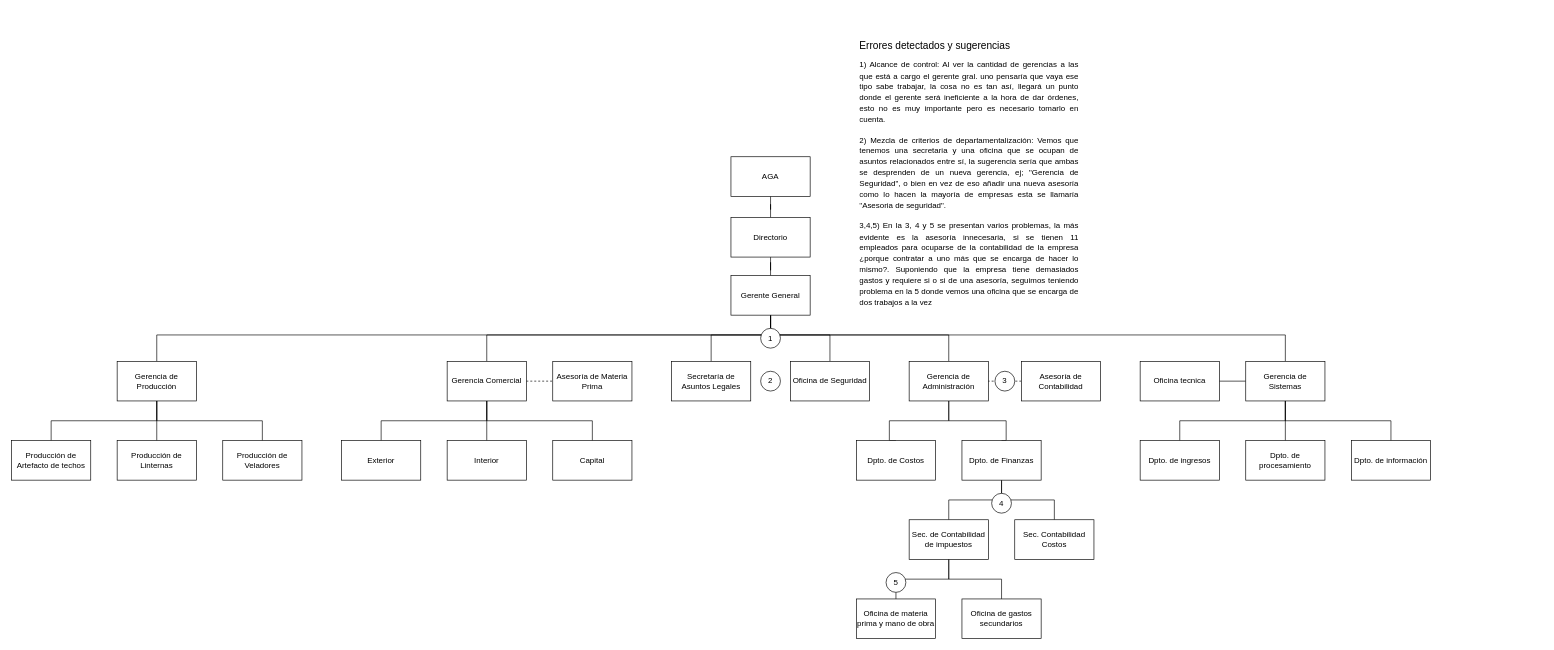
The draw.io diagram SyO-Iluminati.drawio in leonefrain86/SyO, before the edit. Source tidied: cells renumbered, new cells numbered last; positions are measured from the earlier drawing's top-left corner, leaving out a move shared by most shapes. Both pictures are drawn from the tidied source at 66%, with x=0, y=0 at pixel (11, 18).
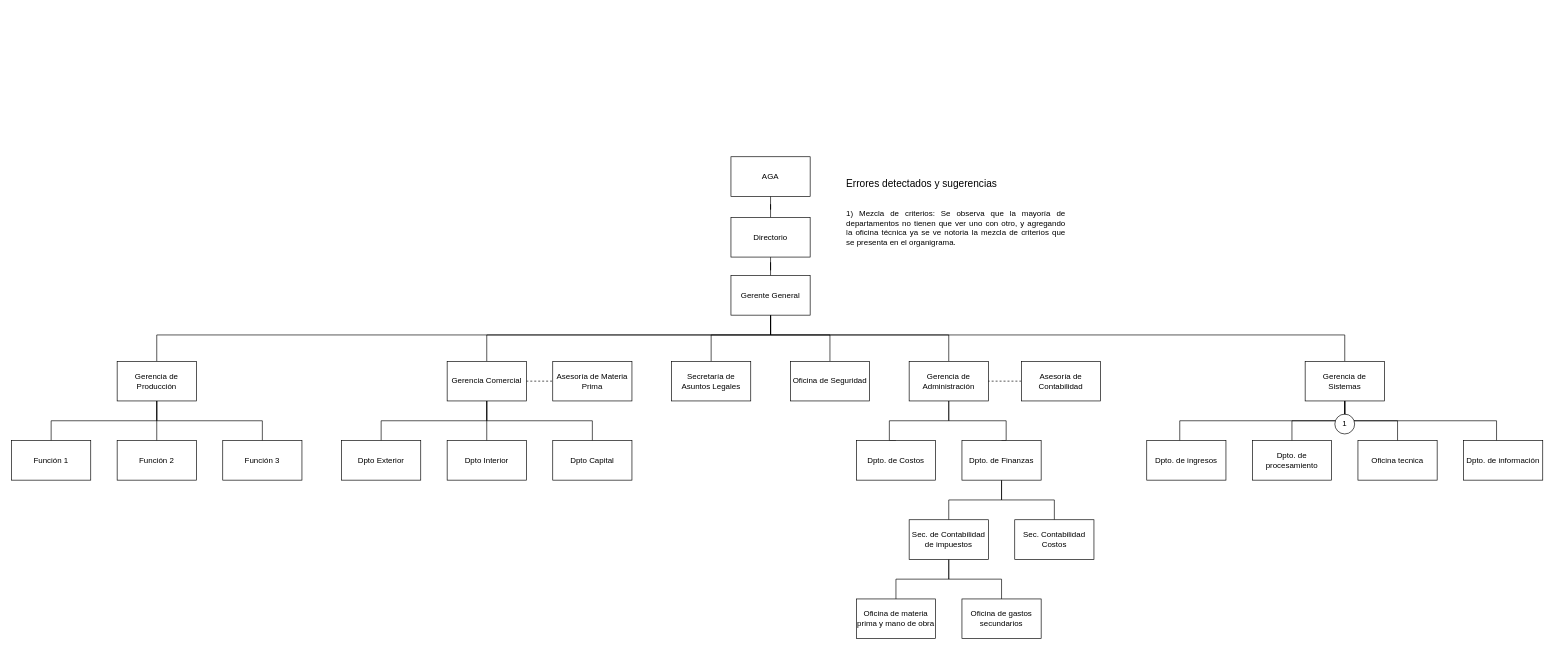
Above is the later version.

The change refers to these unchanged cells:
```xml
<mxCell id="12" value="Gerente General" style="whiteSpace=wrap;html=1;rounded=0;" parent="1" vertex="1">
  <mxGeometry x="1090" y="390" width="120" height="60" as="geometry" />
</mxCell>
<mxCell id="42" value="Sec. de Contabilidad de impuestos" style="whiteSpace=wrap;html=1;rounded=0;" parent="1" vertex="1">
  <mxGeometry x="1360" y="760" width="120" height="60" as="geometry" />
</mxCell>
<mxCell id="44" value="Oficina de materia prima y mano de obra" style="whiteSpace=wrap;html=1;rounded=0;" parent="1" vertex="1">
  <mxGeometry x="1280" y="880" width="120" height="60" as="geometry" />
</mxCell>
```

The edit, as a diff of the source:
```diff
@@
     <mxCell id="8" style="edgeStyle=orthogonalEdgeStyle;rounded=0;jettySize=auto;html=1;endArrow=none;endFill=0;" parent="1" edge="1" source="12" target="28">
       <mxGeometry relative="1" as="geometry">
         <Array as="points">
           <mxPoint x="1150" y="480" />
-          <mxPoint x="1930" y="480" />
+          <mxPoint x="2020" y="480" />
         </Array>
       </mxGeometry>
     </mxCell>
@@
-    <mxCell id="25" style="edgeStyle=orthogonalEdgeStyle;rounded=0;jettySize=auto;html=1;endArrow=none;endFill=0;" parent="1" edge="1" source="28" target="31">
-      <mxGeometry relative="1" as="geometry">
-        <Array as="points">
-          <mxPoint x="1930" y="610" />
-          <mxPoint x="1770" y="610" />
-        </Array>
-      </mxGeometry>
-    </mxCell>
@@
+    <mxCell id="25" style="edgeStyle=orthogonalEdgeStyle;rounded=0;jettySize=auto;html=1;endArrow=none;endFill=0;" parent="1" edge="1" source="28" target="31">
+      <mxGeometry relative="1" as="geometry">
+        <Array as="points">
+          <mxPoint x="2020" y="610" />
+          <mxPoint x="1770" y="610" />
+        </Array>
+      </mxGeometry>
+    </mxCell>
     <mxCell id="28" value="Gerencia de Sistemas" style="rounded=0;whiteSpace=wrap;html=1;" parent="1" vertex="1">
-      <mxGeometry x="1870" y="520" width="120" height="60" as="geometry" />
+      <mxGeometry x="1960" y="520" width="120" height="60" as="geometry" />
     </mxCell>
@@
     <mxCell id="31" value="Dpto. de ingresos" style="whiteSpace=wrap;html=1;rounded=0;" parent="1" vertex="1">
-      <mxGeometry x="1710" y="640" width="120" height="60" as="geometry" />
+      <mxGeometry x="1720" y="640" width="120" height="60" as="geometry" />
     </mxCell>
     <mxCell id="32" value="Dpto. de procesamiento" style="rounded=0;whiteSpace=wrap;html=1;" parent="1" vertex="1">
-      <mxGeometry x="1870" y="640" width="120" height="60" as="geometry" />
+      <mxGeometry x="1880" y="640" width="120" height="60" as="geometry" />
     </mxCell>
     <mxCell id="33" style="edgeStyle=orthogonalEdgeStyle;rounded=0;jettySize=auto;html=1;entryX=0.5;entryY=1;entryDx=0;entryDy=0;endArrow=none;endFill=0;" parent="1" edge="1" source="34" target="28">
       <mxGeometry relative="1" as="geometry">
         <Array as="points">
-          <mxPoint x="2090" y="610" />
-          <mxPoint x="1930" y="610" />
+          <mxPoint x="2250" y="610" />
+          <mxPoint x="2020" y="610" />
         </Array>
       </mxGeometry>
     </mxCell>
     <mxCell id="34" value="Dpto. de información" style="rounded=0;whiteSpace=wrap;html=1;" parent="1" vertex="1">
-      <mxGeometry x="2030" y="640" width="120" height="60" as="geometry" />
+      <mxGeometry x="2200" y="640" width="120" height="60" as="geometry" />
     </mxCell>
     <mxCell id="35" value="Oficina tecnica" style="whiteSpace=wrap;html=1;rounded=0;" parent="1" vertex="1">
-      <mxGeometry x="1710" y="520" width="120" height="60" as="geometry" />
+      <mxGeometry x="2040" y="640" width="120" height="60" as="geometry" />
     </mxCell>
@@
-    <mxCell id="40" style="edgeStyle=orthogonalEdgeStyle;rounded=0;jettySize=auto;html=1;endArrow=none;endFill=0;" parent="1" edge="1" source="60" target="44">
-      <mxGeometry relative="1" as="geometry">
-        <Array as="points">
-          <mxPoint x="1340" y="850" />
-        </Array>
-      </mxGeometry>
-    </mxCell>
@@
+    <mxCell id="63" style="edgeStyle=orthogonalEdgeStyle;rounded=0;jettySize=auto;html=1;endArrow=none;endFill=0;" parent="1" edge="1" source="42" target="44">
+      <mxGeometry relative="1" as="geometry" />
+    </mxCell>
@@
-    <mxCell id="46" value="Capital" style="whiteSpace=wrap;html=1;rounded=0;" parent="1" vertex="1">
+    <mxCell id="46" value="Dpto Capital" style="whiteSpace=wrap;html=1;rounded=0;" parent="1" vertex="1">
       <mxGeometry x="820" y="640" width="120" height="60" as="geometry" />
     </mxCell>
-    <mxCell id="47" value="Exterior" style="rounded=0;whiteSpace=wrap;html=1;" parent="1" vertex="1">
+    <mxCell id="47" value="Dpto Exterior" style="rounded=0;whiteSpace=wrap;html=1;" parent="1" vertex="1">
       <mxGeometry x="500" y="640" width="120" height="60" as="geometry" />
     </mxCell>
-    <mxCell id="48" value="Interior" style="rounded=0;whiteSpace=wrap;html=1;" parent="1" vertex="1">
+    <mxCell id="48" value="Dpto Interior" style="rounded=0;whiteSpace=wrap;html=1;" parent="1" vertex="1">
       <mxGeometry x="660" y="640" width="120" height="60" as="geometry" />
     </mxCell>
-    <mxCell id="49" value="Producción de Linternas" style="whiteSpace=wrap;html=1;rounded=0;" parent="1" vertex="1">
+    <mxCell id="49" value="Función 2" style="whiteSpace=wrap;html=1;rounded=0;" parent="1" vertex="1">
       <mxGeometry x="160" y="640" width="120" height="60" as="geometry" />
     </mxCell>
-    <mxCell id="50" value="Producción de Artefacto de techos" style="rounded=0;whiteSpace=wrap;html=1;" parent="1" vertex="1">
+    <mxCell id="50" value="Función 1" style="rounded=0;whiteSpace=wrap;html=1;" parent="1" vertex="1">
       <mxGeometry y="640" width="120" height="60" as="geometry" />
     </mxCell>
-    <mxCell id="51" value="Producción de Veladores" style="rounded=0;whiteSpace=wrap;html=1;" parent="1" vertex="1">
+    <mxCell id="51" value="Función 3" style="rounded=0;whiteSpace=wrap;html=1;" parent="1" vertex="1">
       <mxGeometry x="320" y="640" width="120" height="60" as="geometry" />
     </mxCell>
@@
-    <mxCell id="56" value="2" style="ellipse;whiteSpace=wrap;html=1;" parent="1" vertex="1">
-      <mxGeometry x="1135" y="535" width="30" height="30" as="geometry" />
-    </mxCell>
+    <mxCell id="62" value="&lt;h1&gt;&lt;/h1&gt;&lt;span id=&quot;docs-internal-guid-3b07e593-7fff-fd05-10c5-be9083cdeb51&quot;&gt;&lt;h1 dir=&quot;ltr&quot; style=&quot;text-align: justify ; line-height: 1.38 ; margin-top: 24pt ; margin-bottom: 0pt ; padding: 0pt 0pt 6pt&quot;&gt;&lt;span style=&quot;font-size: 11.5pt ; font-family: &amp;#34;arial&amp;#34; ; background-color: transparent ; font-weight: 400 ; vertical-align: baseline&quot;&gt;Errores detectados y sugerencias&lt;/span&gt;&lt;/h1&gt;&lt;p dir=&quot;ltr&quot; style=&quot;text-align: justify ; line-height: 1.38 ; margin-top: 0pt ; margin-bottom: 0pt&quot;&gt;&lt;br&gt;&lt;/p&gt;&lt;div style=&quot;text-align: justify&quot;&gt;&lt;font style=&quot;font-family: &amp;#34;arial&amp;#34; ; font-size: 9pt ; vertical-align: inherit&quot;&gt;1) Mezcla de criterios: Se observa que la mayoría de departamentos no tienen que ver uno con otro, y agregando la oficina técnica ya se ve notoria la mezcla de criterios que se presenta en el organigrama.&amp;nbsp;&lt;/font&gt;&lt;/div&gt;&lt;/span&gt;" style="text;html=1;strokeColor=none;fillColor=none;spacing=5;spacingTop=-20;whiteSpace=wrap;overflow=hidden;rounded=0;" parent="1" vertex="1">
+      <mxGeometry x="1260" y="210" width="340" height="170" as="geometry" />
+    </mxCell>
     <mxCell id="57" value="1" style="ellipse;whiteSpace=wrap;html=1;" parent="1" vertex="1">
-      <mxGeometry x="1135" y="470" width="30" height="30" as="geometry" />
+      <mxGeometry x="2005" y="600" width="30" height="30" as="geometry" />
     </mxCell>
-    <mxCell id="58" value="4" style="ellipse;whiteSpace=wrap;html=1;" parent="1" vertex="1">
-      <mxGeometry x="1485" y="720" width="30" height="30" as="geometry" />
-    </mxCell>
-    <mxCell id="59" value="3" style="ellipse;whiteSpace=wrap;html=1;" parent="1" vertex="1">
-      <mxGeometry x="1490" y="535" width="30" height="30" as="geometry" />
-    </mxCell>
-    <mxCell id="60" value="5" style="ellipse;whiteSpace=wrap;html=1;" parent="1" vertex="1">
-      <mxGeometry x="1325" y="840" width="30" height="30" as="geometry" />
-    </mxCell>
-    <mxCell id="61" style="edgeStyle=orthogonalEdgeStyle;rounded=0;jettySize=auto;html=1;endArrow=none;endFill=0;" parent="1" edge="1" source="42" target="60">
-      <mxGeometry relative="1" as="geometry">
-        <Array as="points">
-          <mxPoint x="1420" y="850" />
-        </Array>
-      </mxGeometry>
-    </mxCell>
-    <mxCell id="62" value="&lt;h1&gt;&lt;/h1&gt;&lt;span id=&quot;docs-internal-guid-3b07e593-7fff-fd05-10c5-be9083cdeb51&quot;&gt;&lt;h1 dir=&quot;ltr&quot; style=&quot;text-align: justify ; line-height: 1.38 ; margin-top: 24pt ; margin-bottom: 0pt ; padding: 0pt 0pt 6pt&quot;&gt;&lt;span style=&quot;font-size: 11.5pt ; font-family: &amp;#34;arial&amp;#34; ; background-color: transparent ; font-weight: 400 ; vertical-align: baseline&quot;&gt;Errores detectados y sugerencias&lt;/span&gt;&lt;/h1&gt;&lt;p dir=&quot;ltr&quot; style=&quot;text-align: justify ; line-height: 1.38 ; margin-top: 0pt ; margin-bottom: 0pt&quot;&gt;&lt;span style=&quot;font-size: 9pt ; font-family: &amp;#34;arial&amp;#34; ; vertical-align: baseline&quot;&gt;1) Alcance de control: Al ver la cantidad de gerencias a las que está a cargo el gerente gral. uno pensaría que vaya ese tipo sabe trabajar, la cosa no es tan así, llegará un punto donde el gerente será ineficiente a la hora de dar órdenes, esto no es muy importante pero es necesario tomarlo en cuenta.&amp;nbsp;&lt;/span&gt;&lt;/p&gt;&lt;div style=&quot;text-align: justify&quot;&gt;&lt;br&gt;&lt;/div&gt;&lt;p dir=&quot;ltr&quot; style=&quot;text-align: justify ; line-height: 1.38 ; margin-top: 0pt ; margin-bottom: 0pt&quot;&gt;&lt;span style=&quot;font-size: 9pt ; font-family: &amp;#34;arial&amp;#34; ; vertical-align: baseline&quot;&gt;2) Mezcla de criterios de departamentalización: Vemos que tenemos una secretaria y una oficina que se ocupan de asuntos relacionados entre sí, la sugerencia sería que ambas se desprenden de un nueva gerencia, ej; &quot;Gerencia de Seguridad&quot;, o bien en vez de eso añadir una nueva asesoría como lo hacen la mayoría de empresas esta se llamaría &quot;Asesoria de seguridad&quot;.&lt;/span&gt;&lt;/p&gt;&lt;div style=&quot;text-align: justify&quot;&gt;&lt;br&gt;&lt;/div&gt;&lt;p dir=&quot;ltr&quot; style=&quot;text-align: justify ; line-height: 1.38 ; margin-top: 0pt ; margin-bottom: 0pt&quot;&gt;&lt;span style=&quot;font-size: 9pt ; font-family: &amp;#34;arial&amp;#34; ; vertical-align: baseline&quot;&gt;3,4,5) En la 3, 4 y 5 se presentan varios problemas, la más evidente es la asesoría innecesaria, si se tienen 11 empleados para ocuparse de la contabilidad de la empresa ¿porque contratar a uno más que se encarga de hacer lo mismo?. Suponiendo que la empresa tiene demasiados gastos y requiere si o si de una asesoría, seguimos teniendo problema en la 5 donde vemos una oficina que se encarga de dos trabajos a la vez&lt;/span&gt;&lt;/p&gt;&lt;div style=&quot;text-align: justify&quot;&gt;&lt;span style=&quot;font-size: 9pt ; font-family: &amp;#34;arial&amp;#34; ; vertical-align: baseline&quot;&gt;&lt;br&gt;&lt;/span&gt;&lt;/div&gt;&lt;/span&gt;" style="text;html=1;strokeColor=none;fillColor=none;spacing=5;spacingTop=-20;whiteSpace=wrap;overflow=hidden;rounded=0;" parent="1" vertex="1">
-      <mxGeometry x="1280" width="340" height="440" as="geometry" />
-    </mxCell>
```
